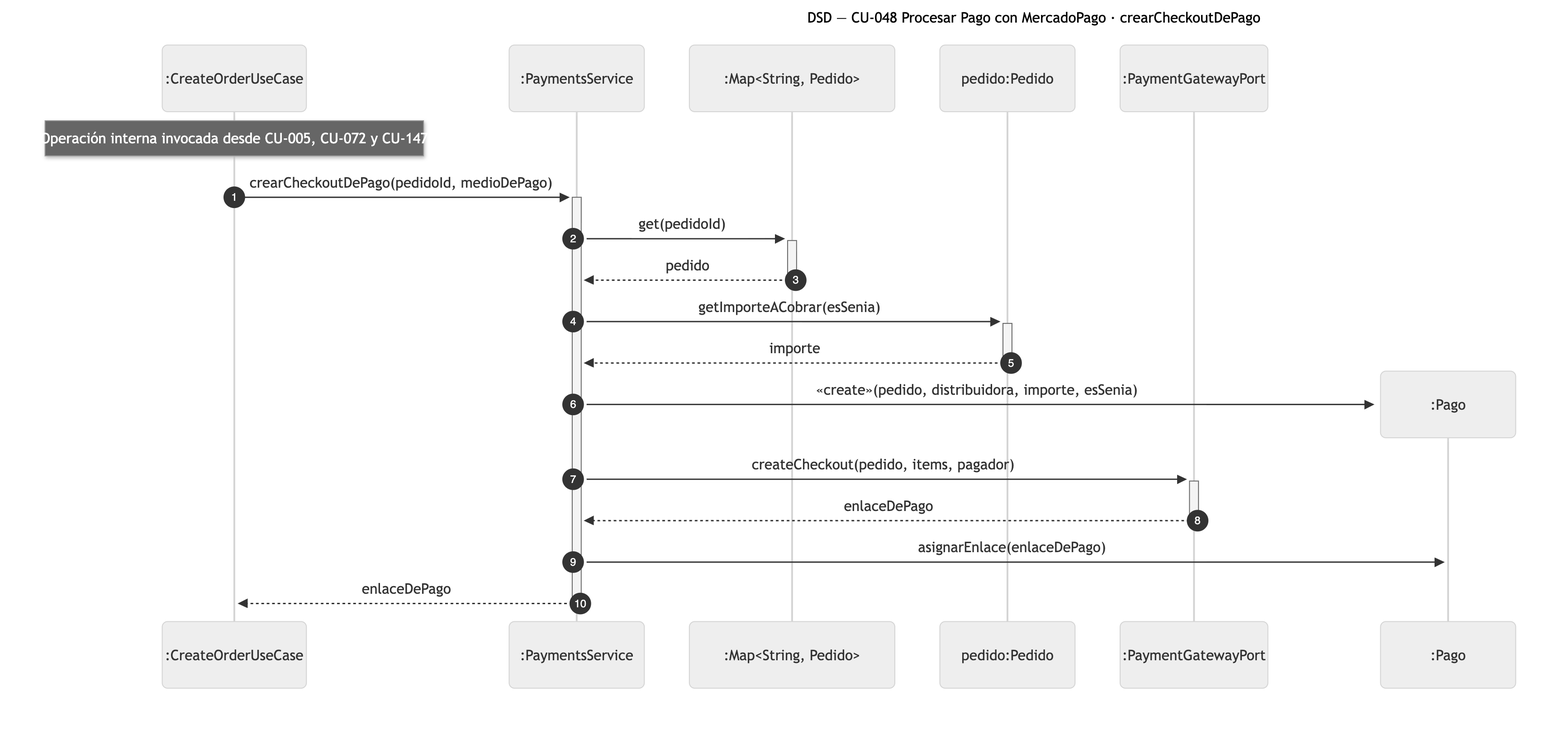
The Mermaid diagram diagramas/png/DSD_CU-048_crearCheckoutDePago.png in Nahuelito-Dev/splg-docs, before a commit. Its source is kept beside it as diagramas/DSD_CU-048_crearCheckoutDePago.mmd.
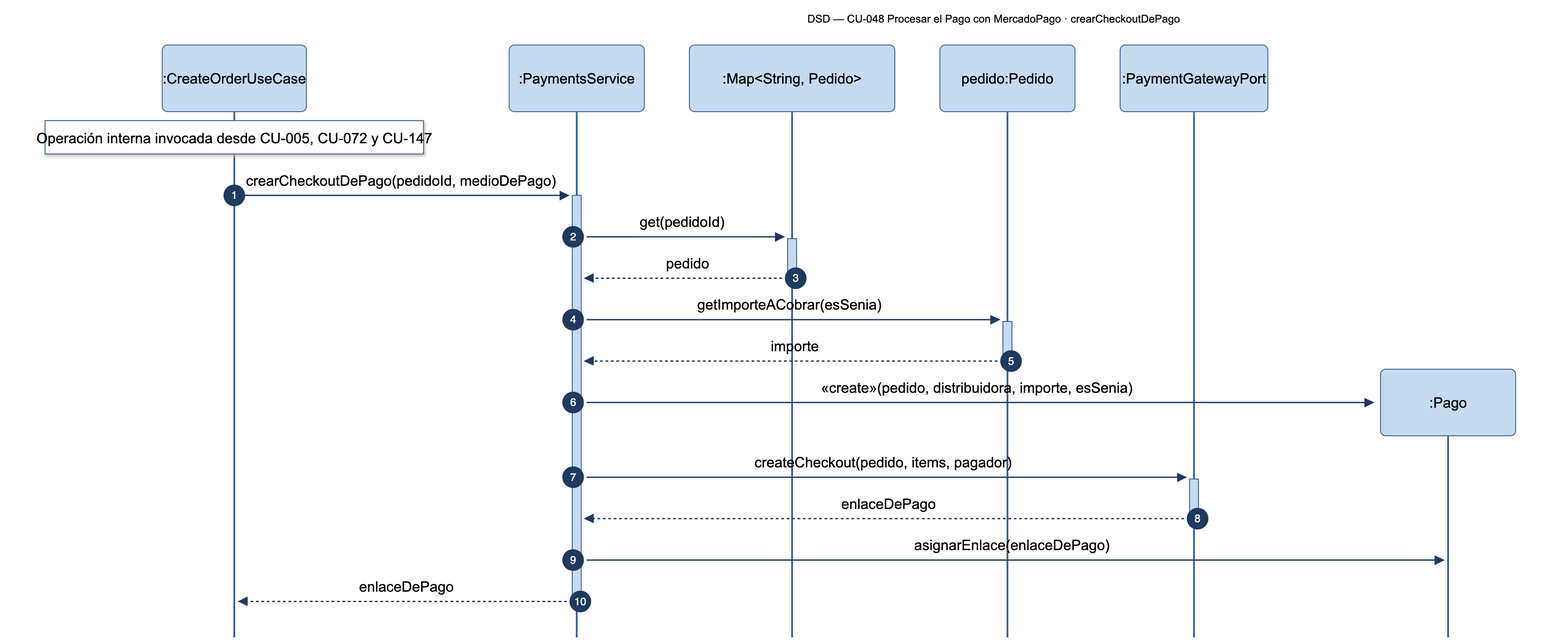
Above is the later version.

What changed in the source:
```diff
@@ -1,5 +1,5 @@
 sequenceDiagram
-    title DSD — CU-048 Procesar Pago con MercadoPago · crearCheckoutDePago
+    title DSD — CU-048 Procesar el Pago con MercadoPago · crearCheckoutDePago
     autonumber
     participant CRT as :CreateOrderUseCase
     participant PAG as :PaymentsService
```
